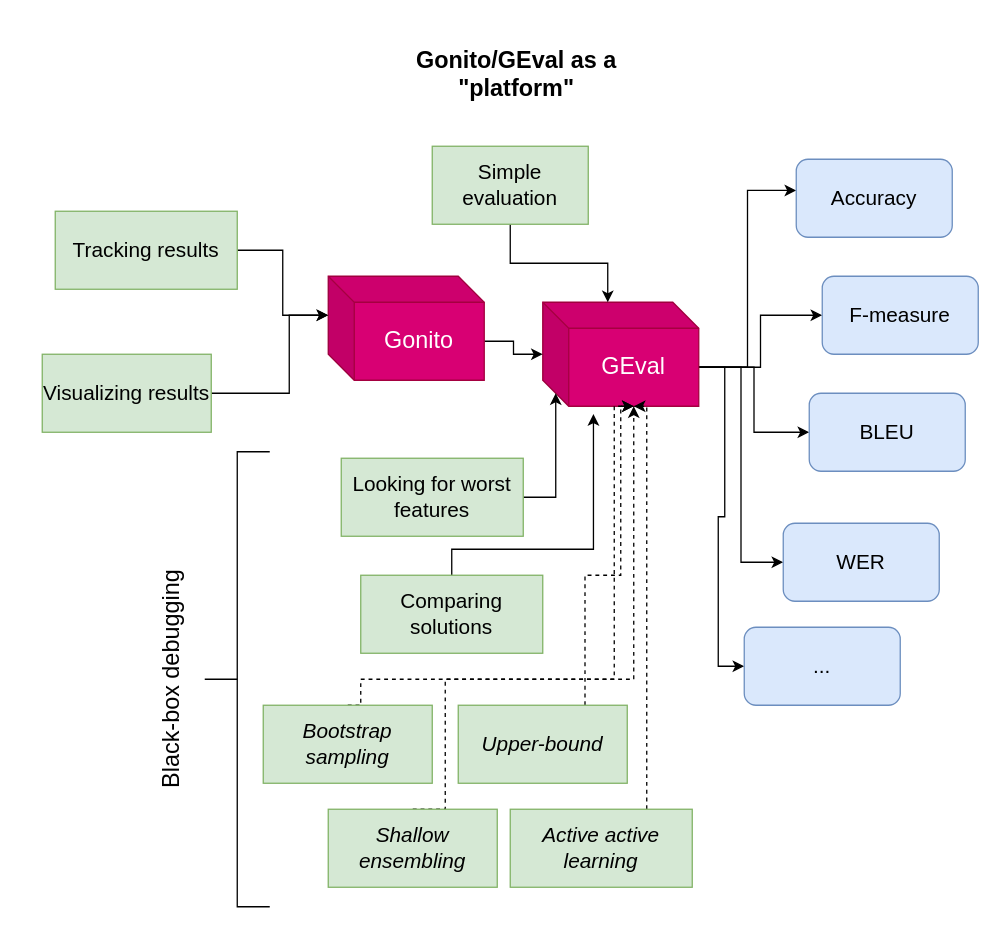
Before: misc/gonito-platform.drawio in richardxoldman/gonito-backend, a draw.io diagram. Source tidied: cells renumbered, new cells numbered last; positions are measured from the earlier drawing's top-left corner, leaving out a move shared by most shapes. Both pictures are drawn from the tidied source at 130%, with x=0, y=0 at pixel (42, 22).
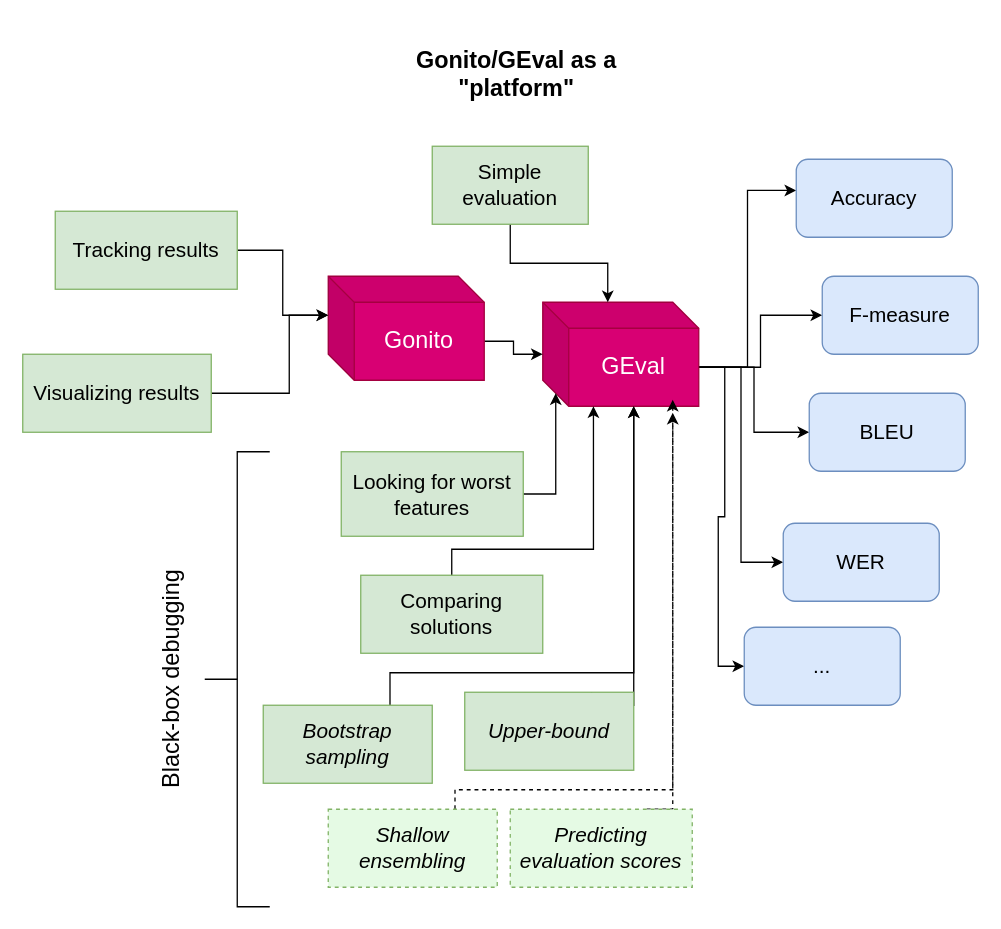
Above is the later version.

The change refers to these unchanged cells:
```xml
<mxCell id="7" value="&lt;font style=&quot;font-size: 18px&quot;&gt;GEval&lt;/font&gt;" style="shape=cube;whiteSpace=wrap;html=1;boundedLbl=1;backgroundOutline=1;darkOpacity=0.05;darkOpacity2=0.1;fillColor=#d80073;strokeColor=#A50040;fontColor=#ffffff;" parent="1" vertex="1">
  <mxGeometry x="385" y="215" width="120" height="80" as="geometry" />
</mxCell>
<mxCell id="25" value="&lt;font style=&quot;font-size: 16px&quot;&gt;Comparing solutions&lt;/font&gt;" style="rounded=0;whiteSpace=wrap;html=1;fillColor=#d5e8d4;strokeColor=#82b366;" parent="1" vertex="1">
  <mxGeometry x="245" y="425" width="140" height="60" as="geometry" />
</mxCell>
<mxCell id="27" value="&lt;i&gt;&lt;font style=&quot;font-size: 16px&quot;&gt;Bootstrap sampling&lt;/font&gt;&lt;/i&gt;" style="rounded=0;whiteSpace=wrap;html=1;fillColor=#d5e8d4;strokeColor=#82b366;" parent="1" vertex="1">
  <mxGeometry x="170" y="525" width="130" height="60" as="geometry" />
</mxCell>
```

Diff of the diagram source:
```diff
@@
     <mxCell id="19" value="&lt;font style=&quot;font-size: 16px&quot;&gt;Visualizing results&lt;/font&gt;" style="rounded=0;whiteSpace=wrap;html=1;fillColor=#d5e8d4;strokeColor=#82b366;" parent="1" vertex="1">
-      <mxGeometry y="255" width="130" height="60" as="geometry" />
+      <mxGeometry x="-15" y="255" width="145" height="60" as="geometry" />
     </mxCell>
@@
     <mxCell id="23" value="&lt;div style=&quot;font-size: 16px&quot;&gt;&lt;font style=&quot;font-size: 16px&quot;&gt;Looking for worst&lt;/font&gt;&lt;/div&gt;&lt;div style=&quot;font-size: 16px&quot;&gt;&lt;font style=&quot;font-size: 16px&quot;&gt;features&lt;/font&gt;&lt;br&gt;&lt;/div&gt;" style="rounded=0;whiteSpace=wrap;html=1;fillColor=#d5e8d4;strokeColor=#82b366;" parent="1" vertex="1">
-      <mxGeometry x="230" y="335" width="140" height="60" as="geometry" />
+      <mxGeometry x="230" y="330" width="140" height="65" as="geometry" />
     </mxCell>
-    <mxCell id="24" style="edgeStyle=orthogonalEdgeStyle;rounded=0;jettySize=auto;html=1;exitX=0.5;exitY=0;exitDx=0;exitDy=0;entryX=0.325;entryY=1.075;entryDx=0;entryDy=0;entryPerimeter=0;" parent="1" edge="1" source="25" target="7">
+    <mxCell id="24" style="edgeStyle=orthogonalEdgeStyle;rounded=0;jettySize=auto;html=1;exitX=0.5;exitY=0;exitDx=0;exitDy=0;" parent="1" edge="1" source="25" target="7">
       <mxGeometry relative="1" as="geometry">
         <Array as="points">
           <mxPoint x="315" y="405" />
           <mxPoint x="424" y="405" />
         </Array>
       </mxGeometry>
     </mxCell>
@@
-    <mxCell id="26" style="edgeStyle=orthogonalEdgeStyle;rounded=0;jettySize=auto;html=1;exitX=0.5;exitY=0;exitDx=0;exitDy=0;entryX=0;entryY=0;entryDx=70;entryDy=80;entryPerimeter=0;dashed=1;" parent="1" edge="1" source="27" target="7">
+    <mxCell id="26" style="edgeStyle=orthogonalEdgeStyle;rounded=0;jettySize=auto;html=1;exitX=0.75;exitY=0;exitDx=0;exitDy=0;entryX=0;entryY=0;entryDx=70;entryDy=80;entryPerimeter=0;" parent="1" edge="1" source="27" target="7">
       <mxGeometry relative="1" as="geometry">
         <Array as="points">
-          <mxPoint x="245" y="525" />
-          <mxPoint x="245" y="505" />
-          <mxPoint x="455" y="505" />
+          <mxPoint x="268" y="500" />
+          <mxPoint x="455" y="500" />
         </Array>
       </mxGeometry>
     </mxCell>
@@
-    <mxCell id="28" style="edgeStyle=orthogonalEdgeStyle;rounded=0;jettySize=auto;html=1;exitX=0.75;exitY=0;exitDx=0;exitDy=0;entryX=0;entryY=0;entryDx=70;entryDy=80;entryPerimeter=0;dashed=1;" parent="1" edge="1" source="29" target="7">
+    <mxCell id="28" style="edgeStyle=orthogonalEdgeStyle;rounded=0;jettySize=auto;html=1;exitX=0.75;exitY=0;exitDx=0;exitDy=0;entryX=0;entryY=0;entryDx=70;entryDy=80;entryPerimeter=0;" parent="1" edge="1" source="29" target="7">
       <mxGeometry relative="1" as="geometry">
         <Array as="points">
-          <mxPoint x="418" y="425" />
-          <mxPoint x="445" y="425" />
-          <mxPoint x="445" y="295" />
+          <mxPoint x="455" y="525" />
         </Array>
       </mxGeometry>
     </mxCell>
     <mxCell id="29" value="&lt;i&gt;&lt;font style=&quot;font-size: 16px&quot;&gt;Upper-bound &lt;br&gt;&lt;/font&gt;&lt;/i&gt;" style="rounded=0;whiteSpace=wrap;html=1;fillColor=#d5e8d4;strokeColor=#82b366;" parent="1" vertex="1">
-      <mxGeometry x="320" y="525" width="130" height="60" as="geometry" />
+      <mxGeometry x="325" y="515" width="130" height="60" as="geometry" />
     </mxCell>
-    <mxCell id="30" style="edgeStyle=orthogonalEdgeStyle;rounded=0;jettySize=auto;html=1;exitX=0.5;exitY=0;exitDx=0;exitDy=0;entryX=0;entryY=0;entryDx=70;entryDy=80;entryPerimeter=0;dashed=1;" parent="1" edge="1" source="31" target="7">
-      <mxGeometry relative="1" as="geometry">
-        <Array as="points">
-          <mxPoint x="310" y="605" />
-          <mxPoint x="310" y="505" />
-          <mxPoint x="440" y="505" />
-          <mxPoint x="440" y="295" />
-        </Array>
-      </mxGeometry>
-    </mxCell>
+    <mxCell id="36" style="edgeStyle=orthogonalEdgeStyle;rounded=0;jettySize=auto;html=1;exitX=0.75;exitY=0;exitDx=0;exitDy=0;dashed=1;" parent="1" edge="1" source="31">
+      <mxGeometry relative="1" as="geometry">
+        <mxPoint x="485" y="290" as="targetPoint" />
+        <Array as="points">
+          <mxPoint x="318" y="590" />
+          <mxPoint x="485" y="590" />
+        </Array>
+      </mxGeometry>
+    </mxCell>
-    <mxCell id="31" value="&lt;i&gt;&lt;font style=&quot;font-size: 16px&quot;&gt;Shallow ensembling &lt;/font&gt;&lt;/i&gt;" style="rounded=0;whiteSpace=wrap;html=1;fillColor=#d5e8d4;strokeColor=#82b366;" parent="1" vertex="1">
+    <mxCell id="31" value="&lt;i&gt;&lt;font style=&quot;font-size: 16px&quot;&gt;Shallow ensembling &lt;/font&gt;&lt;/i&gt;" style="rounded=0;whiteSpace=wrap;html=1;fillColor=#E5FAE4;strokeColor=#82b366;dashed=1;" parent="1" vertex="1">
       <mxGeometry x="220" y="605" width="130" height="60" as="geometry" />
     </mxCell>
-    <mxCell id="32" style="edgeStyle=orthogonalEdgeStyle;rounded=0;jettySize=auto;html=1;exitX=0.75;exitY=0;exitDx=0;exitDy=0;entryX=0;entryY=0;entryDx=70;entryDy=80;entryPerimeter=0;dashed=1;" parent="1" edge="1" source="33" target="7">
-      <mxGeometry relative="1" as="geometry">
-        <Array as="points">
-          <mxPoint x="465" y="295" />
-        </Array>
-      </mxGeometry>
-    </mxCell>
+    <mxCell id="37" style="edgeStyle=orthogonalEdgeStyle;rounded=0;jettySize=auto;html=1;exitX=0.75;exitY=0;exitDx=0;exitDy=0;dashed=1;" parent="1" edge="1" source="33">
+      <mxGeometry relative="1" as="geometry">
+        <mxPoint x="485" y="300" as="targetPoint" />
+        <Array as="points">
+          <mxPoint x="485" y="605" />
+        </Array>
+      </mxGeometry>
+    </mxCell>
-    <mxCell id="33" value="&lt;i&gt;&lt;font style=&quot;font-size: 16px&quot;&gt;Active active learning&lt;/font&gt;&lt;/i&gt;" style="rounded=0;whiteSpace=wrap;html=1;fillColor=#d5e8d4;strokeColor=#82b366;" parent="1" vertex="1">
+    <mxCell id="33" value="&lt;i&gt;&lt;font style=&quot;font-size: 16px&quot;&gt;Predicting evaluation scores&lt;br&gt;&lt;/font&gt;&lt;/i&gt;" style="rounded=0;whiteSpace=wrap;html=1;fillColor=#E5FAE4;strokeColor=#82b366;dashed=1;" parent="1" vertex="1">
       <mxGeometry x="360" y="605" width="140" height="60" as="geometry" />
     </mxCell>
```
